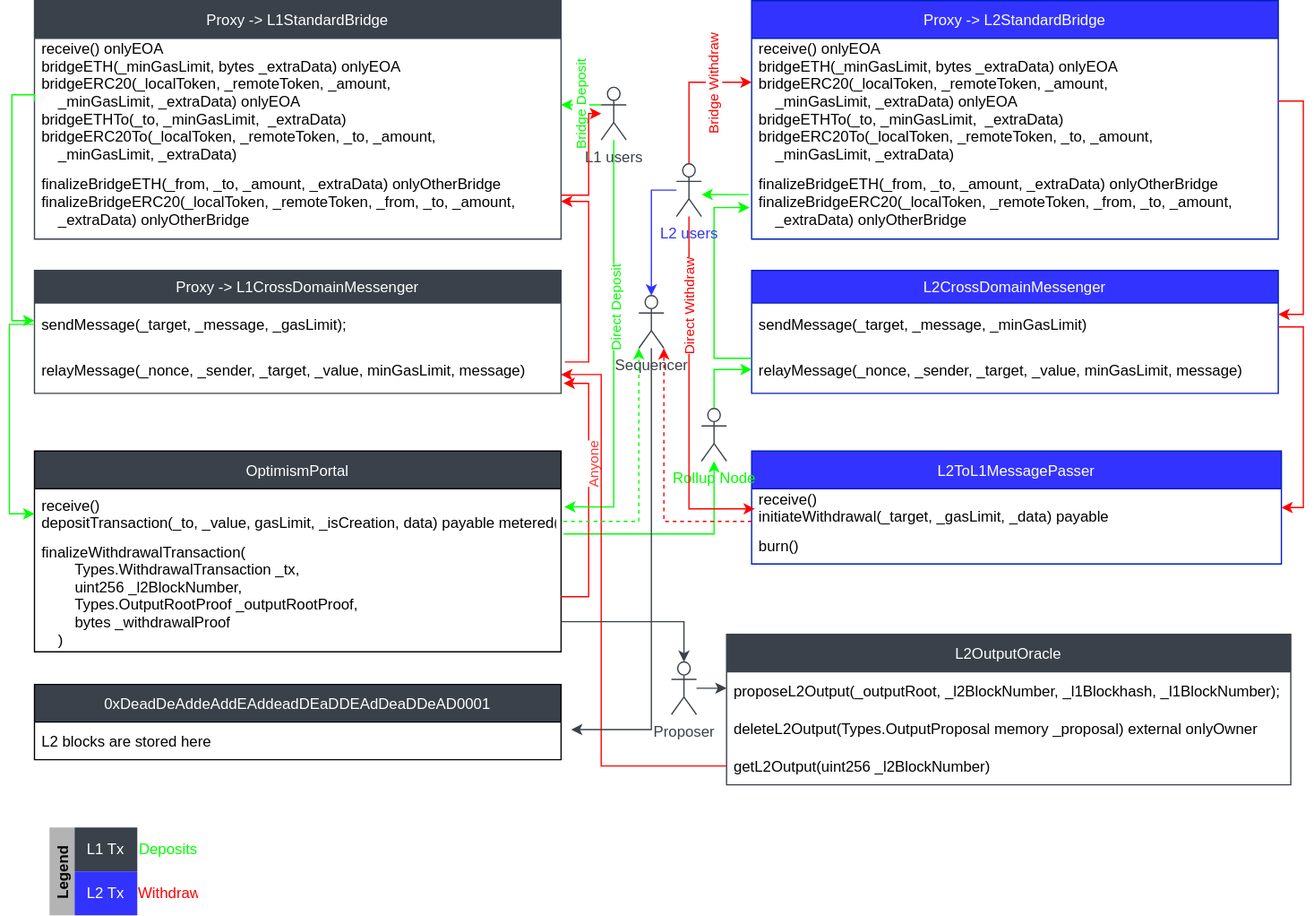
Earlier version of the draw.io export packages/figures/OP-bedrock + cannon.drawio.svg (0xDatapunk/optimism). Source tidied: cells renumbered, new cells last; positions are measured from the earlier drawing's top-left corner, leaving out a move shared by most shapes.
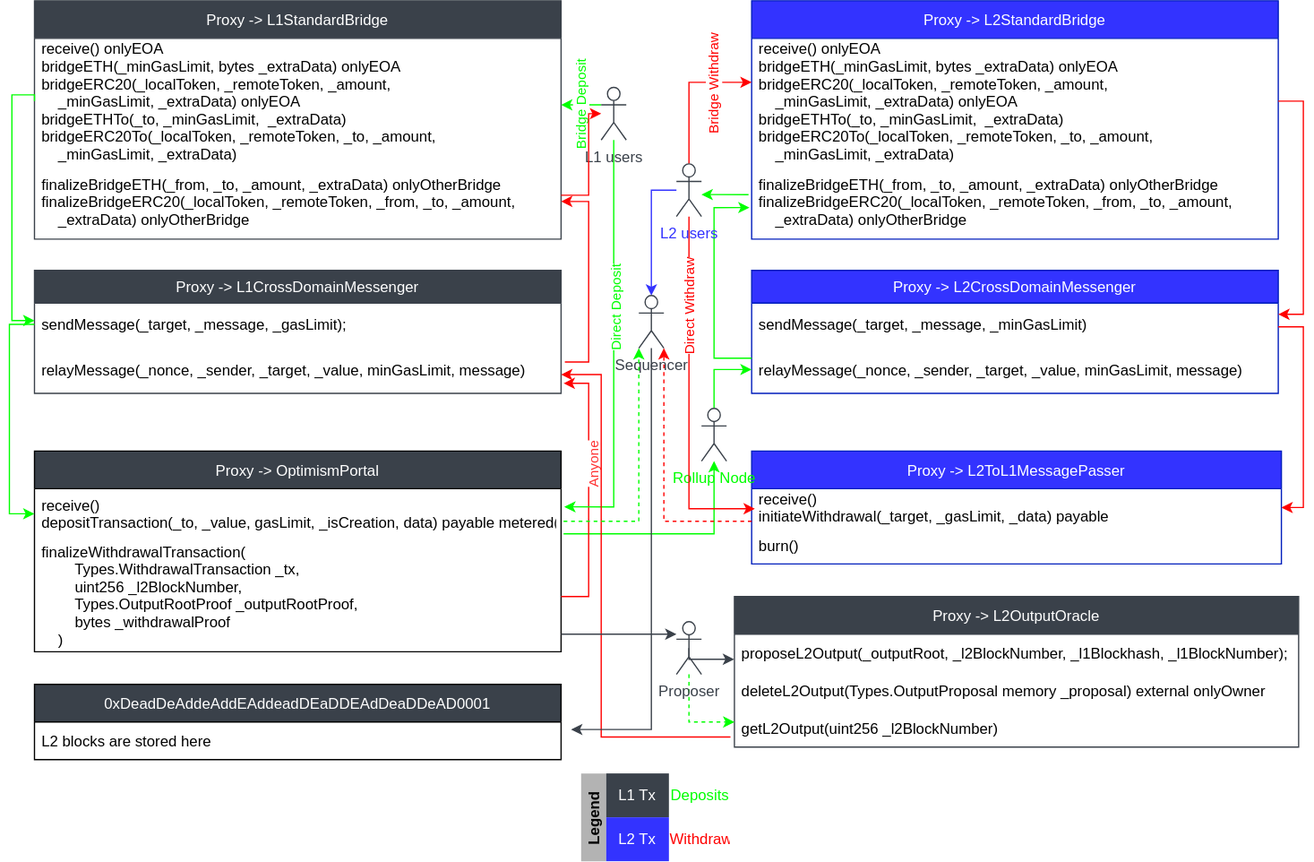
Later version of the same file.

The edit, as a diff of the source:
```diff
@@ -20,7 +20,7 @@
     <mxCell id="7" value="relayMessage(_nonce, _sender, _target, _value, minGasLimit, message) " style="text;strokeColor=none;fillColor=none;align=left;verticalAlign=middle;spacingLeft=4;spacingRight=4;overflow=hidden;" parent="5" vertex="1">
       <mxGeometry y="60" width="420" height="38" as="geometry" />
     </mxCell>
-    <mxCell id="8" value="OptimismPortal" style="swimlane;fontStyle=0;horizontal=1;startSize=30;fontColor=#FFFFFF;fillColor=#3A414A;" parent="1" vertex="1">
+    <mxCell id="8" value="Proxy -&gt; OptimismPortal" style="swimlane;fontStyle=0;horizontal=1;startSize=30;fontColor=#FFFFFF;fillColor=#3A414A;" parent="1" vertex="1">
       <mxGeometry x="18" y="359" width="420" height="160" as="geometry" />
     </mxCell>
     <mxCell id="9" value="receive() &#10;depositTransaction(_to, _value, gasLimit, _isCreation, data) payable metered(_gasLimit)" style="text;strokeColor=none;fillColor=none;align=left;verticalAlign=middle;spacingLeft=4;spacingRight=4;overflow=hidden;points=[[0,0.5],[1,0.5]];portConstraint=eastwest;" parent="8" vertex="1">
@@ -43,7 +43,7 @@
     <mxCell id="12" style="edgeStyle=orthogonalEdgeStyle;rounded=0;jettySize=auto;html=1;entryX=0;entryY=0.5;entryDx=0;entryDy=0;fillColor=#60a917;strokeColor=#00FF00;" parent="1" edge="1" source="6" target="9">
       <mxGeometry relative="1" as="geometry" />
     </mxCell>
-    <mxCell id="13" value="L2CrossDomainMessenger" style="swimlane;fontStyle=0;horizontal=1;startSize=26;fillColor=#3333FF;fontColor=#ffffff;strokeColor=#001DBC;" parent="1" vertex="1">
+    <mxCell id="13" value="Proxy -&gt; L2CrossDomainMessenger" style="swimlane;fontStyle=0;horizontal=1;startSize=26;fillColor=#3333FF;fontColor=#ffffff;strokeColor=#001DBC;" parent="1" vertex="1">
       <mxGeometry x="590" y="215" width="420" height="98" as="geometry" />
     </mxCell>
     <mxCell id="14" value="sendMessage(_target, _message, _minGasLimit)" style="text;strokeColor=none;fillColor=none;align=left;verticalAlign=middle;spacingLeft=4;spacingRight=4;overflow=hidden;points=[[0,0.5],[1,0.5]];portConstraint=eastwest;" parent="13" vertex="1">
@@ -52,7 +52,7 @@
     <mxCell id="15" value="relayMessage(_nonce, _sender, _target, _value, minGasLimit, message) " style="text;strokeColor=none;fillColor=none;align=left;verticalAlign=middle;spacingLeft=4;spacingRight=4;overflow=hidden;points=[[0,0.5],[1,0.5]];portConstraint=eastwest;" parent="13" vertex="1">
       <mxGeometry y="60" width="420" height="38" as="geometry" />
     </mxCell>
-    <mxCell id="16" value="L2ToL1MessagePasser" style="swimlane;fontStyle=0;horizontal=1;startSize=30;fillColor=#3333FF;fontColor=#ffffff;strokeColor=#001DBC;" parent="1" vertex="1">
+    <mxCell id="16" value="Proxy -&gt; L2ToL1MessagePasser" style="swimlane;fontStyle=0;horizontal=1;startSize=30;fillColor=#3333FF;fontColor=#ffffff;strokeColor=#001DBC;" parent="1" vertex="1">
       <mxGeometry x="590" y="359" width="422.5" height="90" as="geometry" />
     </mxCell>
     <mxCell id="17" value="receive()&#10;initiateWithdrawal(_target, _gasLimit, _data) payable" style="text;strokeColor=none;fillColor=none;align=left;verticalAlign=middle;spacingLeft=4;spacingRight=4;overflow=hidden;points=[[0,0.5],[1,0.5]];portConstraint=eastwest;" parent="16" vertex="1">
@@ -183,8 +183,8 @@
         </Array>
       </mxGeometry>
     </mxCell>
-    <mxCell id="42" value="L2OutputOracle" style="swimlane;fontStyle=0;horizontal=1;startSize=30;fontColor=#FFFFFF;fillColor=#3A414A;strokeColor=#3A414A;" parent="1" vertex="1">
-      <mxGeometry x="570" y="505" width="450" height="120" as="geometry" />
+    <mxCell id="42" value="Proxy -&gt; L2OutputOracle" style="swimlane;fontStyle=0;horizontal=1;startSize=30;fontColor=#FFFFFF;fillColor=#3A414A;strokeColor=#3A414A;" parent="1" vertex="1">
+      <mxGeometry x="576.2" y="475" width="450" height="120" as="geometry" />
     </mxCell>
     <mxCell id="43" value="proposeL2Output(_outputRoot, _l2BlockNumber, _l1Blockhash, _l1BlockNumber);" style="text;strokeColor=none;fillColor=none;align=left;verticalAlign=middle;spacingLeft=4;spacingRight=4;overflow=hidden;" parent="42" vertex="1">
       <mxGeometry y="30" width="450" height="30" as="geometry" />
@@ -196,7 +196,7 @@
       <mxGeometry y="90" width="450" height="30" as="geometry" />
     </mxCell>
     <mxCell id="46" value="Legend" style="shape=table;startSize=20;fontStyle=1;align=center;strokeColor=none;fontColor=#000000;swimlaneLine=0;sketch=0;fillColor=#B3B3B3;swimlaneHead=1;swimlaneBody=1;horizontal=0;" parent="1" vertex="1">
-      <mxGeometry x="30" y="659" width="120" height="70" as="geometry" />
+      <mxGeometry x="454" y="616" width="120" height="70" as="geometry" />
     </mxCell>
     <mxCell id="47" style="shape=tableRow;horizontal=0;startSize=0;swimlaneHead=0;swimlaneBody=0;top=0;left=0;bottom=0;right=0;fillColor=none;strokeColor=#3A414A;fontColor=#3333FF;" parent="46" vertex="1">
       <mxGeometry x="20" width="100" height="35" as="geometry" />
@@ -216,11 +216,11 @@
     <mxCell id="52" value="&lt;font color=&quot;#ff0000&quot;&gt;Withdraw&lt;/font&gt;" style="shape=partialRectangle;html=1;whiteSpace=wrap;fillColor=none;top=0;left=0;bottom=0;right=0;overflow=hidden;strokeColor=#3A414A;fontColor=#3333FF;" parent="50" vertex="1">
       <mxGeometry x="50" width="50" height="35" as="geometry" />
     </mxCell>
-    <mxCell id="53" style="edgeStyle=orthogonalEdgeStyle;rounded=0;jettySize=auto;html=1;strokeColor=#FF0000;" parent="1" edge="1" source="45">
+    <mxCell id="53" style="edgeStyle=orthogonalEdgeStyle;rounded=0;jettySize=auto;html=1;strokeColor=#FF0000;exitX=-0.007;exitY=0.733;exitDx=0;exitDy=0;exitPerimeter=0;" parent="1" edge="1" source="45">
       <mxGeometry relative="1" as="geometry">
         <mxPoint x="438" y="298" as="targetPoint" />
         <Array as="points">
-          <mxPoint x="470" y="610" />
+          <mxPoint x="470" y="587" />
           <mxPoint x="470" y="298" />
         </Array>
       </mxGeometry>
@@ -233,13 +233,23 @@
         </Array>
       </mxGeometry>
     </mxCell>
-    <mxCell id="55" style="edgeStyle=orthogonalEdgeStyle;rounded=0;jettySize=auto;html=1;strokeColor=#3A414A;fontColor=#FFFFFF;" parent="1" edge="1" source="56">
+    <mxCell id="55" style="edgeStyle=orthogonalEdgeStyle;rounded=0;jettySize=auto;html=1;strokeColor=#3A414A;fontColor=#FFFFFF;exitX=0.5;exitY=0.5;exitDx=0;exitDy=0;exitPerimeter=0;" parent="1" edge="1" source="56">
       <mxGeometry relative="1" as="geometry">
-        <mxPoint x="570" y="548" as="targetPoint" />
+        <mxPoint x="576" y="525" as="targetPoint" />
+        <Array as="points">
+          <mxPoint x="540" y="525" />
+        </Array>
       </mxGeometry>
     </mxCell>
+    <mxCell id="64" style="edgeStyle=orthogonalEdgeStyle;rounded=0;jettySize=auto;html=1;dashed=1;strokeColor=#00FF00;fontColor=#FF0000;" parent="1" edge="1" source="56" target="45">
+      <mxGeometry relative="1" as="geometry">
+        <Array as="points">
+          <mxPoint x="540" y="575" />
+        </Array>
+      </mxGeometry>
+    </mxCell>
     <mxCell id="56" value="Proposer" style="shape=umlActor;verticalLabelPosition=bottom;verticalAlign=top;html=1;outlineConnect=0;strokeColor=#3A414A;fontColor=#3A414A;" parent="1" vertex="1">
-      <mxGeometry x="526" y="527" width="20" height="42" as="geometry" />
+      <mxGeometry x="530" y="495" width="20" height="42" as="geometry" />
     </mxCell>
     <mxCell id="57" style="edgeStyle=orthogonalEdgeStyle;rounded=0;jettySize=auto;html=1;entryX=1.019;entryY=0.2;entryDx=0;entryDy=0;entryPerimeter=0;strokeColor=#3A414A;fontColor=#FFFFFF;" parent="1" edge="1" source="58" target="60">
       <mxGeometry relative="1" as="geometry" />
@@ -256,7 +266,8 @@
     <mxCell id="61" style="edgeStyle=orthogonalEdgeStyle;rounded=0;jettySize=auto;html=1;strokeColor=#3A414A;fontColor=#FFFFFF;" parent="1" edge="1" source="10" target="56">
       <mxGeometry relative="1" as="geometry">
         <Array as="points">
-          <mxPoint x="536" y="495" />
+          <mxPoint x="480" y="505" />
+          <mxPoint x="480" y="505" />
         </Array>
       </mxGeometry>
     </mxCell>
```
